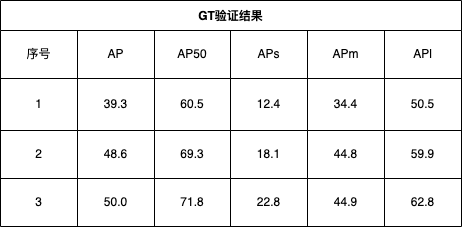
johnran103/diagrams keeps this draw.io diagram as result1.png. Above is the earlier version. Source tidied: cells renumbered, new cells last; positions are measured from the earlier drawing's top-left corner, leaving out a move shared by most shapes.
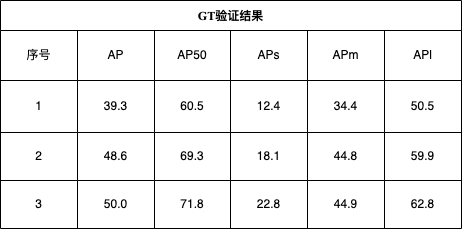
After the change.

The edit, as a diff of the source:
```diff
@@ -2,32 +2,32 @@
   <root>
     <mxCell id="0" />
     <mxCell id="1" parent="0" />
-    <mxCell id="2" value="GT验证结果" style="shape=table;startSize=30;fontStyle=1;align=center;" parent="1" vertex="1">
-      <mxGeometry width="461" height="226" as="geometry" />
+    <mxCell id="2" value="GT验证结果" style="shape=table;startSize=30;fontStyle=1;align=center;fontFamily=Times New Roman;" parent="1" vertex="1">
+      <mxGeometry width="461" height="228" as="geometry" />
     </mxCell>
     <mxCell id="3" style="shape=tableRow;horizontal=0;startSize=0;swimlaneHead=0;swimlaneBody=0;top=0;left=0;bottom=0;right=0;fillColor=none;" parent="2" vertex="1">
-      <mxGeometry y="30" width="461" height="48" as="geometry" />
+      <mxGeometry y="30" width="461" height="50" as="geometry" />
     </mxCell>
     <mxCell id="4" value="序号" style="shape=partialRectangle;html=1;whiteSpace=wrap;fillColor=none;top=0;left=0;bottom=0;right=0;overflow=hidden;" parent="3" vertex="1">
-      <mxGeometry width="77" height="48" as="geometry" />
+      <mxGeometry width="77" height="50" as="geometry" />
     </mxCell>
     <mxCell id="5" value="AP" style="shape=partialRectangle;html=1;whiteSpace=wrap;fillColor=none;top=0;left=0;bottom=0;right=0;overflow=hidden;" parent="3" vertex="1">
-      <mxGeometry x="77" width="77" height="48" as="geometry" />
+      <mxGeometry x="77" width="77" height="50" as="geometry" />
     </mxCell>
     <mxCell id="6" value="AP50" style="shape=partialRectangle;html=1;whiteSpace=wrap;fillColor=none;top=0;left=0;bottom=0;right=0;overflow=hidden;" parent="3" vertex="1">
-      <mxGeometry x="154" width="76" height="48" as="geometry" />
+      <mxGeometry x="154" width="76" height="50" as="geometry" />
     </mxCell>
     <mxCell id="7" value="APs" style="shape=partialRectangle;html=1;whiteSpace=wrap;fillColor=none;top=0;left=0;bottom=0;right=0;overflow=hidden;" parent="3" vertex="1">
-      <mxGeometry x="230" width="77" height="48" as="geometry" />
+      <mxGeometry x="230" width="77" height="50" as="geometry" />
     </mxCell>
     <mxCell id="8" value="APm" style="shape=partialRectangle;html=1;whiteSpace=wrap;fillColor=none;top=0;left=0;bottom=0;right=0;overflow=hidden;" parent="3" vertex="1">
-      <mxGeometry x="307" width="77" height="48" as="geometry" />
+      <mxGeometry x="307" width="77" height="50" as="geometry" />
     </mxCell>
     <mxCell id="9" value="APl" style="shape=partialRectangle;html=1;whiteSpace=wrap;fillColor=none;top=0;left=0;bottom=0;right=0;overflow=hidden;" parent="3" vertex="1">
-      <mxGeometry x="384" width="77" height="48" as="geometry" />
+      <mxGeometry x="384" width="77" height="50" as="geometry" />
     </mxCell>
     <mxCell id="10" style="shape=tableRow;horizontal=0;startSize=0;swimlaneHead=0;swimlaneBody=0;top=0;left=0;bottom=0;right=0;fillColor=none;" parent="2" vertex="1">
-      <mxGeometry y="78" width="461" height="52" as="geometry" />
+      <mxGeometry y="80" width="461" height="52" as="geometry" />
     </mxCell>
     <mxCell id="11" value="1" style="shape=partialRectangle;html=1;whiteSpace=wrap;fillColor=none;top=0;left=0;bottom=0;right=0;overflow=hidden;" parent="10" vertex="1">
       <mxGeometry width="77" height="52" as="geometry" />
@@ -48,7 +48,7 @@
       <mxGeometry x="384" width="77" height="52" as="geometry" />
     </mxCell>
     <mxCell id="17" style="shape=tableRow;horizontal=0;startSize=0;swimlaneHead=0;swimlaneBody=0;top=0;left=0;bottom=0;right=0;fillColor=none;" parent="2" vertex="1">
-      <mxGeometry y="130" width="461" height="48" as="geometry" />
+      <mxGeometry y="132" width="461" height="48" as="geometry" />
     </mxCell>
     <mxCell id="18" value="2" style="shape=partialRectangle;html=1;whiteSpace=wrap;fillColor=none;top=0;left=0;bottom=0;right=0;overflow=hidden;" parent="17" vertex="1">
       <mxGeometry width="77" height="48" as="geometry" />
@@ -69,7 +69,7 @@
       <mxGeometry x="384" width="77" height="48" as="geometry" />
     </mxCell>
     <mxCell id="24" style="shape=tableRow;horizontal=0;startSize=0;swimlaneHead=0;swimlaneBody=0;top=0;left=0;bottom=0;right=0;fillColor=none;" parent="2" vertex="1">
-      <mxGeometry y="178" width="461" height="48" as="geometry" />
+      <mxGeometry y="180" width="461" height="48" as="geometry" />
     </mxCell>
     <mxCell id="25" value="3" style="shape=partialRectangle;html=1;whiteSpace=wrap;fillColor=none;top=0;left=0;bottom=0;right=0;overflow=hidden;" parent="24" vertex="1">
       <mxGeometry width="77" height="48" as="geometry" />
```
